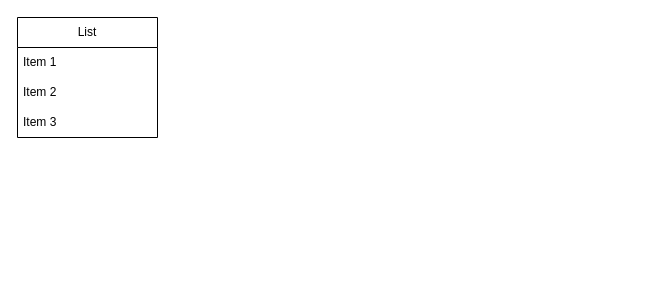
EugeneFen/My-library keeps this draw.io diagram as web.drawio. Above is the earlier version. Source tidied: cells renumbered, new cells numbered last; positions are measured from the earlier drawing's top-left corner, leaving out a move shared by most shapes. Both pictures are drawn from the tidied source at 100%, with x=0, y=0 at pixel (17, 17).
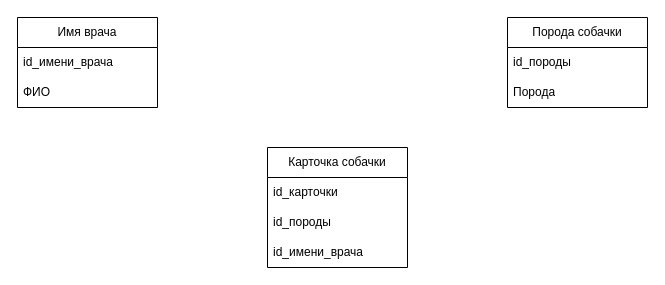
The same diagram, later.

What changed in the source:
```diff
@@
 <mxGraphModel>
   <root>
     <mxCell id="0" />
     <mxCell id="1" parent="0" />
-    <mxCell id="2" value="List" style="swimlane;fontStyle=0;horizontal=1;startSize=30;whiteSpace=wrap;html=1;" parent="1" vertex="1">
-      <mxGeometry width="140" height="120" as="geometry" />
+    <mxCell id="2" value="Имя врача" style="swimlane;fontStyle=0;horizontal=1;startSize=30;whiteSpace=wrap;html=1;" parent="1" vertex="1">
+      <mxGeometry width="140" height="90" as="geometry" />
     </mxCell>
-    <mxCell id="3" value="Item 1" style="text;strokeColor=none;fillColor=none;align=left;verticalAlign=middle;spacingLeft=4;spacingRight=4;overflow=hidden;whiteSpace=wrap;html=1;" parent="2" vertex="1">
+    <mxCell id="3" value="id_имени_врача" style="text;strokeColor=none;fillColor=none;align=left;verticalAlign=middle;spacingLeft=4;spacingRight=4;overflow=hidden;whiteSpace=wrap;html=1;" parent="2" vertex="1">
       <mxGeometry y="30" width="140" height="30" as="geometry" />
     </mxCell>
-    <mxCell id="4" value="Item 2" style="text;strokeColor=none;fillColor=none;align=left;verticalAlign=middle;spacingLeft=4;spacingRight=4;overflow=hidden;whiteSpace=wrap;html=1;" parent="2" vertex="1">
+    <mxCell id="4" value="ФИО" style="text;strokeColor=none;fillColor=none;align=left;verticalAlign=middle;spacingLeft=4;spacingRight=4;overflow=hidden;whiteSpace=wrap;html=1;" parent="2" vertex="1">
       <mxGeometry y="60" width="140" height="30" as="geometry" />
     </mxCell>
-    <mxCell id="5" value="Item 3" style="text;strokeColor=none;fillColor=none;align=left;verticalAlign=middle;spacingLeft=4;spacingRight=4;overflow=hidden;whiteSpace=wrap;html=1;" parent="2" vertex="1">
-      <mxGeometry y="90" width="140" height="30" as="geometry" />
-    </mxCell>
+    <mxCell id="6" value="Порода собачки" style="swimlane;fontStyle=0;horizontal=1;startSize=30;whiteSpace=wrap;html=1;" parent="1" vertex="1">
+      <mxGeometry x="490" width="140" height="90" as="geometry" />
+    </mxCell>
+    <mxCell id="7" value="id_породы" style="text;strokeColor=none;fillColor=none;align=left;verticalAlign=middle;spacingLeft=4;spacingRight=4;overflow=hidden;whiteSpace=wrap;html=1;" parent="6" vertex="1">
+      <mxGeometry y="30" width="140" height="30" as="geometry" />
+    </mxCell>
+    <mxCell id="8" value="Порода" style="text;strokeColor=none;fillColor=none;align=left;verticalAlign=middle;spacingLeft=4;spacingRight=4;overflow=hidden;whiteSpace=wrap;html=1;" parent="6" vertex="1">
+      <mxGeometry y="60" width="140" height="30" as="geometry" />
+    </mxCell>
+    <mxCell id="9" value="Карточка собачки" style="swimlane;fontStyle=0;horizontal=1;startSize=30;whiteSpace=wrap;html=1;" parent="1" vertex="1">
+      <mxGeometry x="250" y="130" width="140" height="120" as="geometry" />
+    </mxCell>
+    <mxCell id="10" value="id_карточки" style="text;strokeColor=none;fillColor=none;align=left;verticalAlign=middle;spacingLeft=4;spacingRight=4;overflow=hidden;whiteSpace=wrap;html=1;" parent="9" vertex="1">
+      <mxGeometry y="30" width="140" height="30" as="geometry" />
+    </mxCell>
+    <mxCell id="11" value="id_породы" style="text;strokeColor=none;fillColor=none;align=left;verticalAlign=middle;spacingLeft=4;spacingRight=4;overflow=hidden;whiteSpace=wrap;html=1;" parent="9" vertex="1">
+      <mxGeometry y="60" width="140" height="30" as="geometry" />
+    </mxCell>
+    <mxCell id="12" value="id_имени_врача" style="text;strokeColor=none;fillColor=none;align=left;verticalAlign=middle;spacingLeft=4;spacingRight=4;overflow=hidden;whiteSpace=wrap;html=1;" parent="9" vertex="1">
+      <mxGeometry y="90" width="140" height="30" as="geometry" />
+    </mxCell>
   </root>
 </mxGraphModel>
```
